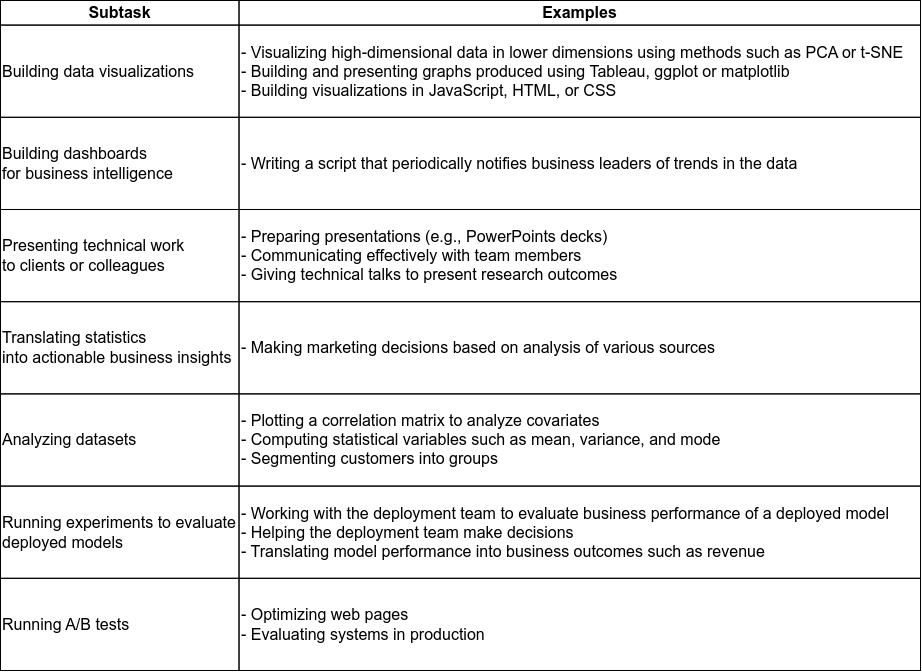
The draw.io diagram diagrams/tasks_business_analysis.drawio.png in ryndovaira-org/data_science_lectures, before a commit. Source tidied: cells renumbered, new cells last; positions are measured from the earlier drawing's top-left corner, leaving out a move shared by most shapes.
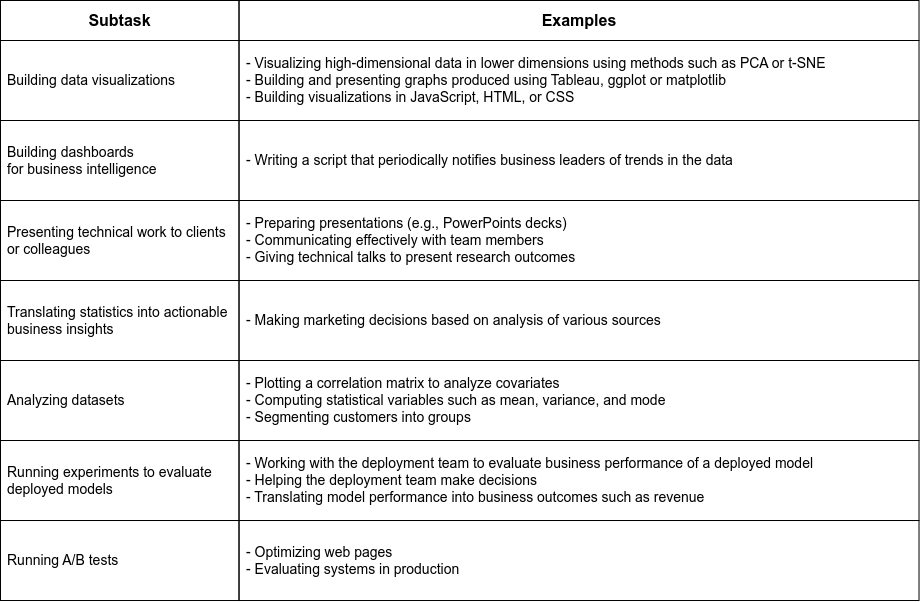
Later version of the same file.

What changed in the source:
```diff
@@ -2,56 +2,53 @@
   <root>
     <mxCell id="0" />
     <mxCell id="1" parent="0" />
-    <mxCell id="2" style="group;fontSize=16;" parent="1" vertex="1">
-      <mxGeometry width="920" height="670" as="geometry" />
-    </mxCell>
-    <mxCell id="3" value="&lt;font style=&quot;font-size: 16px;&quot;&gt;Subtask&lt;/font&gt;" style="rounded=0;whiteSpace=wrap;html=1;fillColor=none;fontSize=16;fontStyle=1;" parent="2" vertex="1">
-      <mxGeometry width="238.5" height="24.6" as="geometry" />
+    <mxCell id="3" value="&lt;font style=&quot;font-size: 16px;&quot;&gt;Subtask&lt;/font&gt;" style="rounded=0;whiteSpace=wrap;html=1;fillColor=none;fontSize=16;fontStyle=1;" parent="1" vertex="1">
+      <mxGeometry width="238.5" height="40" as="geometry" />
     </mxCell>
-    <mxCell id="4" value="&lt;font style=&quot;font-size: 16px;&quot;&gt;Examples&lt;/font&gt;" style="rounded=0;whiteSpace=wrap;html=1;fillColor=none;fontSize=16;fontStyle=1;" parent="2" vertex="1">
-      <mxGeometry x="238.5" width="681.5" height="24.6" as="geometry" />
+    <mxCell id="4" value="&lt;font style=&quot;font-size: 16px;&quot;&gt;Examples&lt;/font&gt;" style="rounded=0;whiteSpace=wrap;html=1;fillColor=none;fontSize=16;fontStyle=1;" parent="1" vertex="1">
+      <mxGeometry x="238.5" width="680" height="40" as="geometry" />
     </mxCell>
-    <mxCell id="5" value="&lt;div style=&quot;font-size: 16px;&quot;&gt;Building data visualizations&lt;br style=&quot;font-size: 16px;&quot;&gt;&lt;/div&gt;" style="rounded=0;whiteSpace=wrap;html=1;align=left;fontSize=16;fillColor=none;" parent="2" vertex="1">
-      <mxGeometry y="24.6" width="238.5" height="92.2" as="geometry" />
+    <mxCell id="5" value="&lt;div style=&quot;font-size: 14px;&quot;&gt;Building data visualizations&lt;br style=&quot;font-size: 14px;&quot;&gt;&lt;/div&gt;" style="rounded=0;whiteSpace=wrap;html=1;align=left;fontSize=14;fillColor=none;spacingLeft=5;" parent="1" vertex="1">
+      <mxGeometry y="40" width="238.5" height="80" as="geometry" />
     </mxCell>
-    <mxCell id="6" value="&lt;div style=&quot;font-size: 16px;&quot;&gt;- Visualizing high-dimensional data in lower dimensions using methods&amp;nbsp;&lt;span style=&quot;background-color: initial; font-size: 16px;&quot;&gt;such as PCA or t-SNE&lt;/span&gt;&lt;/div&gt;&lt;div style=&quot;font-size: 16px;&quot;&gt;- Building and presenting graphs produced using Tableau, ggplot or&amp;nbsp;&lt;span style=&quot;background-color: initial; font-size: 16px;&quot;&gt;matplotlib&lt;/span&gt;&lt;/div&gt;&lt;div style=&quot;font-size: 16px;&quot;&gt;- Building visualizations in JavaScript, HTML, or CSS&lt;/div&gt;" style="rounded=0;whiteSpace=wrap;html=1;align=left;fontSize=16;fillColor=none;" parent="2" vertex="1">
-      <mxGeometry x="238.5" y="24.6" width="681.5" height="92.2" as="geometry" />
+    <mxCell id="6" value="&lt;div style=&quot;font-size: 14px;&quot;&gt;- Visualizing high-dimensional data in lower dimensions using methods&amp;nbsp;&lt;span style=&quot;background-color: initial; font-size: 14px;&quot;&gt;such as PCA or t-SNE&lt;/span&gt;&lt;/div&gt;&lt;div style=&quot;font-size: 14px;&quot;&gt;- Building and presenting graphs produced using Tableau, ggplot or&amp;nbsp;&lt;span style=&quot;background-color: initial; font-size: 14px;&quot;&gt;matplotlib&lt;/span&gt;&lt;/div&gt;&lt;div style=&quot;font-size: 14px;&quot;&gt;- Building visualizations in JavaScript, HTML, or CSS&lt;/div&gt;" style="rounded=0;whiteSpace=wrap;html=1;align=left;fontSize=14;fillColor=none;spacingLeft=5;" parent="1" vertex="1">
+      <mxGeometry x="238.5" y="40" width="680" height="80" as="geometry" />
     </mxCell>
-    <mxCell id="7" value="&lt;div style=&quot;font-size: 16px;&quot;&gt;&lt;div style=&quot;font-size: 16px;&quot;&gt;Building dashboards for&amp;nbsp;&lt;span style=&quot;background-color: initial; font-size: 16px;&quot;&gt;business&amp;nbsp;&lt;/span&gt;&lt;span style=&quot;background-color: initial; font-size: 16px;&quot;&gt;intelligence&lt;/span&gt;&lt;/div&gt;&lt;/div&gt;" style="rounded=0;html=1;fontSize=16;align=left;labelBackgroundColor=none;fillColor=none;whiteSpace=wrap;" parent="2" vertex="1">
-      <mxGeometry y="116.8" width="238.5" height="92.2" as="geometry" />
+    <mxCell id="7" value="&lt;div style=&quot;font-size: 14px;&quot;&gt;&lt;div style=&quot;font-size: 14px;&quot;&gt;Building dashboards for&amp;nbsp;&lt;span style=&quot;background-color: initial; font-size: 14px;&quot;&gt;business&amp;nbsp;&lt;/span&gt;&lt;span style=&quot;background-color: initial; font-size: 14px;&quot;&gt;intelligence&lt;/span&gt;&lt;/div&gt;&lt;/div&gt;" style="rounded=0;html=1;fontSize=14;align=left;labelBackgroundColor=none;fillColor=none;whiteSpace=wrap;spacingLeft=5;" parent="1" vertex="1">
+      <mxGeometry y="120" width="238.5" height="80" as="geometry" />
     </mxCell>
-    <mxCell id="8" value="&lt;div style=&quot;font-size: 16px;&quot;&gt;- Writing a script that periodically notifies business leaders of trends in&amp;nbsp;&lt;span style=&quot;background-color: initial; font-size: 16px;&quot;&gt;the data&lt;/span&gt;&lt;/div&gt;" style="rounded=0;html=1;fontSize=16;align=left;labelBackgroundColor=none;fillColor=none;whiteSpace=wrap;" parent="2" vertex="1">
-      <mxGeometry x="238.5" y="116.8" width="681.5" height="92.2" as="geometry" />
+    <mxCell id="8" value="&lt;div style=&quot;font-size: 14px;&quot;&gt;- Writing a script that periodically notifies business leaders of trends in&amp;nbsp;&lt;span style=&quot;background-color: initial; font-size: 14px;&quot;&gt;the data&lt;/span&gt;&lt;/div&gt;" style="rounded=0;html=1;fontSize=14;align=left;labelBackgroundColor=none;fillColor=none;whiteSpace=wrap;spacingLeft=5;" parent="1" vertex="1">
+      <mxGeometry x="238.5" y="120" width="680" height="80" as="geometry" />
     </mxCell>
-    <mxCell id="9" value="&lt;div style=&quot;font-size: 16px;&quot;&gt;Presenting technical work to&amp;nbsp;&lt;span style=&quot;background-color: initial; font-size: 16px;&quot;&gt;clients or colleagues&lt;/span&gt;&lt;/div&gt;" style="rounded=0;html=1;fontSize=16;align=left;labelBackgroundColor=none;fillColor=none;whiteSpace=wrap;" parent="2" vertex="1">
-      <mxGeometry y="209" width="238.5" height="92.2" as="geometry" />
+    <mxCell id="9" value="&lt;div style=&quot;font-size: 14px;&quot;&gt;Presenting technical work to&amp;nbsp;&lt;span style=&quot;background-color: initial; font-size: 14px;&quot;&gt;clients or colleagues&lt;/span&gt;&lt;/div&gt;" style="rounded=0;html=1;fontSize=14;align=left;labelBackgroundColor=none;fillColor=none;whiteSpace=wrap;spacingLeft=5;" parent="1" vertex="1">
+      <mxGeometry y="200" width="238.5" height="80" as="geometry" />
     </mxCell>
-    <mxCell id="10" value="- Preparing presentations (e.g., PowerPoints decks)&lt;br style=&quot;font-size: 16px;&quot;&gt;- Communicating effectively with team members&lt;br style=&quot;font-size: 16px;&quot;&gt;- Giving technical talks to present research outcomes" style="rounded=0;html=1;fontSize=16;align=left;labelBackgroundColor=none;fillColor=none;whiteSpace=wrap;" parent="2" vertex="1">
-      <mxGeometry x="238.5" y="209" width="681.5" height="92.2" as="geometry" />
+    <mxCell id="10" value="- Preparing presentations (e.g., PowerPoints decks)&lt;br style=&quot;font-size: 14px;&quot;&gt;- Communicating effectively with team members&lt;br style=&quot;font-size: 14px;&quot;&gt;- Giving technical talks to present research outcomes" style="rounded=0;html=1;fontSize=14;align=left;labelBackgroundColor=none;fillColor=none;whiteSpace=wrap;spacingLeft=5;" parent="1" vertex="1">
+      <mxGeometry x="238.5" y="200" width="680" height="80" as="geometry" />
     </mxCell>
-    <mxCell id="11" value="&lt;div style=&quot;font-size: 16px;&quot;&gt;Translating statistics into&amp;nbsp;&lt;span style=&quot;background-color: initial; font-size: 16px;&quot;&gt;actionable business insights&lt;/span&gt;&lt;/div&gt;" style="rounded=0;html=1;fontSize=16;align=left;labelBackgroundColor=none;fillColor=none;whiteSpace=wrap;" parent="2" vertex="1">
-      <mxGeometry y="301.2" width="238.5" height="92.2" as="geometry" />
+    <mxCell id="11" value="&lt;div style=&quot;font-size: 14px;&quot;&gt;Translating statistics into&amp;nbsp;&lt;span style=&quot;background-color: initial; font-size: 14px;&quot;&gt;actionable business insights&lt;/span&gt;&lt;/div&gt;" style="rounded=0;html=1;fontSize=14;align=left;labelBackgroundColor=none;fillColor=none;whiteSpace=wrap;spacingLeft=5;" parent="1" vertex="1">
+      <mxGeometry y="280" width="238.5" height="80" as="geometry" />
     </mxCell>
-    <mxCell id="12" value="- Making marketing decisions based on analysis of various sources" style="rounded=0;html=1;fontSize=16;align=left;labelBackgroundColor=none;fillColor=none;whiteSpace=wrap;" parent="2" vertex="1">
-      <mxGeometry x="238.5" y="301.2" width="681.5" height="92.2" as="geometry" />
+    <mxCell id="12" value="- Making marketing decisions based on analysis of various sources" style="rounded=0;html=1;fontSize=14;align=left;labelBackgroundColor=none;fillColor=none;whiteSpace=wrap;spacingLeft=5;" parent="1" vertex="1">
+      <mxGeometry x="238.5" y="280" width="680" height="80" as="geometry" />
     </mxCell>
-    <mxCell id="13" value="Analyzing datasets" style="rounded=0;html=1;fontSize=16;align=left;labelBackgroundColor=none;fillColor=none;whiteSpace=wrap;" parent="2" vertex="1">
-      <mxGeometry y="393.4" width="238.5" height="92.2" as="geometry" />
+    <mxCell id="13" value="Analyzing datasets" style="rounded=0;html=1;fontSize=14;align=left;labelBackgroundColor=none;fillColor=none;whiteSpace=wrap;spacingLeft=5;" parent="1" vertex="1">
+      <mxGeometry y="360" width="238.5" height="80" as="geometry" />
     </mxCell>
-    <mxCell id="14" value="&lt;div style=&quot;font-size: 16px;&quot;&gt;- Plotting a correlation matrix to analyze covariates&lt;/div&gt;&lt;div style=&quot;font-size: 16px;&quot;&gt;- Computing statistical variables such as mean, variance, and mode&lt;/div&gt;&lt;div style=&quot;font-size: 16px;&quot;&gt;- Segmenting customers into groups&lt;/div&gt;" style="rounded=0;html=1;fontSize=16;align=left;labelBackgroundColor=none;fillColor=none;whiteSpace=wrap;" parent="2" vertex="1">
-      <mxGeometry x="238.5" y="393.4" width="681.5" height="92.2" as="geometry" />
+    <mxCell id="14" value="&lt;div style=&quot;font-size: 14px;&quot;&gt;- Plotting a correlation matrix to analyze covariates&lt;/div&gt;&lt;div style=&quot;font-size: 14px;&quot;&gt;- Computing statistical variables such as mean, variance, and mode&lt;/div&gt;&lt;div style=&quot;font-size: 14px;&quot;&gt;- Segmenting customers into groups&lt;/div&gt;" style="rounded=0;html=1;fontSize=14;align=left;labelBackgroundColor=none;fillColor=none;whiteSpace=wrap;spacingLeft=5;" parent="1" vertex="1">
+      <mxGeometry x="238.5" y="360" width="680" height="80" as="geometry" />
     </mxCell>
-    <mxCell id="15" value="&lt;div style=&quot;font-size: 16px;&quot;&gt;Running&amp;nbsp;&lt;span style=&quot;background-color: initial; font-size: 16px;&quot;&gt;experiments to evaluate de&lt;/span&gt;&lt;span style=&quot;background-color: initial; font-size: 16px;&quot;&gt;ployed models&lt;/span&gt;&lt;/div&gt;" style="rounded=0;html=1;fontSize=16;align=left;labelBackgroundColor=none;fillColor=none;whiteSpace=wrap;" parent="2" vertex="1">
-      <mxGeometry y="485.6" width="238.5" height="92.2" as="geometry" />
+    <mxCell id="15" value="&lt;div style=&quot;font-size: 14px;&quot;&gt;Running&amp;nbsp;&lt;span style=&quot;background-color: initial; font-size: 14px;&quot;&gt;experiments to evaluate de&lt;/span&gt;&lt;span style=&quot;background-color: initial; font-size: 14px;&quot;&gt;ployed models&lt;/span&gt;&lt;/div&gt;" style="rounded=0;html=1;fontSize=14;align=left;labelBackgroundColor=none;fillColor=none;whiteSpace=wrap;spacingLeft=5;" parent="1" vertex="1">
+      <mxGeometry y="440" width="238.5" height="80" as="geometry" />
     </mxCell>
-    <mxCell id="16" value="&lt;div style=&quot;font-size: 16px;&quot;&gt;- Working with the deployment team to evaluate business performance of&amp;nbsp;&lt;span style=&quot;background-color: initial; font-size: 16px;&quot;&gt;a deployed model&lt;/span&gt;&lt;/div&gt;&lt;div style=&quot;font-size: 16px;&quot;&gt;- Helping the deployment team make decisions&lt;/div&gt;&lt;div style=&quot;font-size: 16px;&quot;&gt;- Translating model performance into business outcomes such as revenue&lt;/div&gt;" style="rounded=0;html=1;fontSize=16;align=left;labelBackgroundColor=none;fillColor=none;whiteSpace=wrap;" parent="2" vertex="1">
-      <mxGeometry x="238.5" y="485.6" width="681.5" height="92.2" as="geometry" />
+    <mxCell id="16" value="&lt;div style=&quot;font-size: 14px;&quot;&gt;- Working with the deployment team to evaluate business performance of&amp;nbsp;&lt;span style=&quot;background-color: initial; font-size: 14px;&quot;&gt;a deployed model&lt;/span&gt;&lt;/div&gt;&lt;div style=&quot;font-size: 14px;&quot;&gt;- Helping the deployment team make decisions&lt;/div&gt;&lt;div style=&quot;font-size: 14px;&quot;&gt;- Translating model performance into business outcomes such as revenue&lt;/div&gt;" style="rounded=0;html=1;fontSize=14;align=left;labelBackgroundColor=none;fillColor=none;whiteSpace=wrap;spacingLeft=5;" parent="1" vertex="1">
+      <mxGeometry x="238.5" y="440" width="680" height="80" as="geometry" />
     </mxCell>
-    <mxCell id="17" value="Running A/B tests" style="rounded=0;html=1;fontSize=16;align=left;labelBackgroundColor=none;fillColor=none;whiteSpace=wrap;" parent="2" vertex="1">
-      <mxGeometry y="577.8" width="238.5" height="92.2" as="geometry" />
+    <mxCell id="17" value="Running A/B tests" style="rounded=0;html=1;fontSize=14;align=left;labelBackgroundColor=none;fillColor=none;whiteSpace=wrap;spacingLeft=5;" parent="1" vertex="1">
+      <mxGeometry y="520" width="238.5" height="80" as="geometry" />
     </mxCell>
-    <mxCell id="18" value="&lt;div style=&quot;font-size: 16px;&quot;&gt;- Optimizing web pages&lt;/div&gt;&lt;div style=&quot;font-size: 16px;&quot;&gt;- Evaluating systems in production&lt;/div&gt;" style="rounded=0;html=1;fontSize=16;align=left;labelBackgroundColor=none;fillColor=none;whiteSpace=wrap;" parent="2" vertex="1">
-      <mxGeometry x="238.5" y="577.8" width="681.5" height="92.2" as="geometry" />
+    <mxCell id="18" value="&lt;div style=&quot;font-size: 14px;&quot;&gt;- Optimizing web pages&lt;/div&gt;&lt;div style=&quot;font-size: 14px;&quot;&gt;- Evaluating systems in production&lt;/div&gt;" style="rounded=0;html=1;fontSize=14;align=left;labelBackgroundColor=none;fillColor=none;whiteSpace=wrap;spacingLeft=5;" parent="1" vertex="1">
+      <mxGeometry x="238.5" y="520" width="680" height="80" as="geometry" />
     </mxCell>
   </root>
 </mxGraphModel>
```
